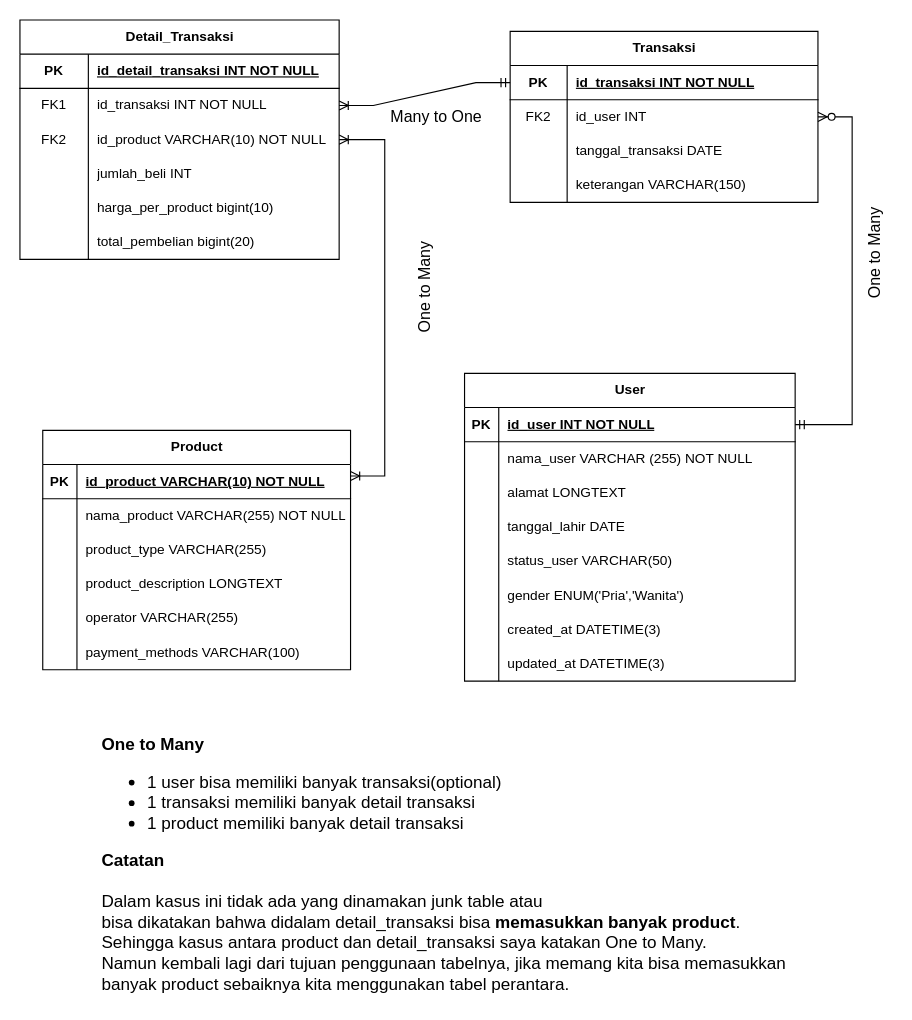
This is 11_Database_DDL_DML/praktikum/nomor1.drawio from Exoream/go_al-hilaluddin, a draw.io file, before an edit. Source tidied: cells renumbered, new cells numbered last; positions are measured from the earlier drawing's top-left corner, leaving out a move shared by most shapes. Both pictures are drawn from the tidied source at 114%, with x=0, y=0 at pixel (19, 19).
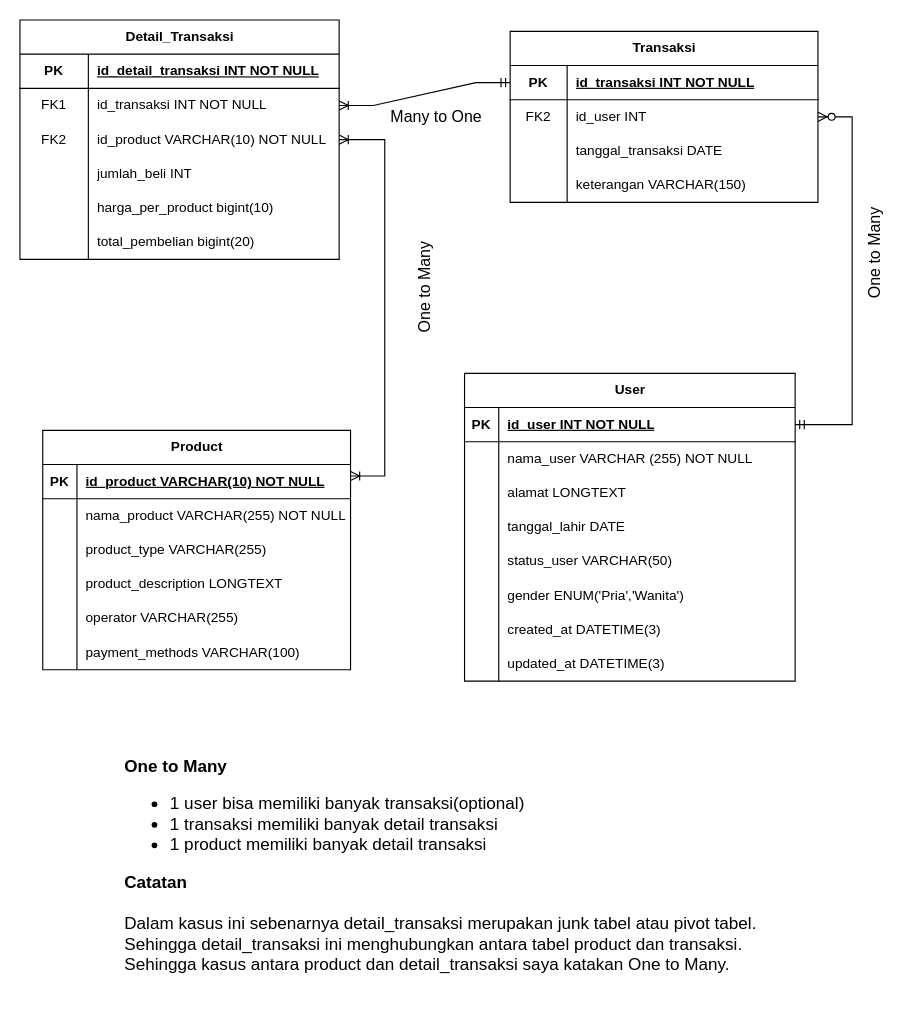
Above is the later version.

What changed in the source:
```diff
@@
-    <mxCell id="81" value="&lt;div style=&quot;font-size: 15px;&quot;&gt;&lt;b&gt;One to Many&lt;/b&gt;&lt;/div&gt;&lt;div style=&quot;&quot;&gt;&lt;ul style=&quot;font-size: 15px;&quot;&gt;&lt;li&gt;&lt;font style=&quot;font-size: 15px;&quot;&gt;1 user bisa memiliki banyak transaksi(optional)&lt;/font&gt;&lt;/li&gt;&lt;li&gt;&lt;font style=&quot;font-size: 15px;&quot;&gt;1 transaksi memiliki banyak detail transaksi&lt;/font&gt;&lt;/li&gt;&lt;li&gt;&lt;font style=&quot;font-size: 15px;&quot;&gt;1 product memiliki banyak detail transaksi&amp;nbsp;&lt;/font&gt;&lt;/li&gt;&lt;/ul&gt;&lt;span style=&quot;font-size: 15px;&quot;&gt;&lt;b&gt;Catatan&lt;/b&gt;&lt;/span&gt;&lt;/div&gt;&lt;div style=&quot;&quot;&gt;&lt;span style=&quot;font-size: 15px;&quot;&gt;&lt;br&gt;&lt;/span&gt;&lt;/div&gt;&lt;div style=&quot;&quot;&gt;&lt;span style=&quot;background-color: initial; font-size: 15px;&quot;&gt;Dalam kasus ini tidak ada yang dinamakan junk table atau&amp;nbsp;&lt;/span&gt;&lt;/div&gt;&lt;div style=&quot;&quot;&gt;&lt;span style=&quot;background-color: initial; font-size: 15px;&quot;&gt;bisa dikatakan bahwa didalam&amp;nbsp;&lt;/span&gt;&lt;span style=&quot;background-color: initial; font-size: 15px;&quot;&gt;detail_transaksi bisa &lt;b&gt;memasukkan banyak product&lt;/b&gt;.&amp;nbsp;&lt;/span&gt;&lt;/div&gt;&lt;div style=&quot;&quot;&gt;&lt;span style=&quot;background-color: initial; font-size: 15px;&quot;&gt;Sehingga kasus antara product dan detail_transaksi saya katakan One to Many.&lt;br&gt;Namun kembali lagi dari tujuan penggunaan tabelnya, jika memang kita bisa memasukkan&lt;/span&gt;&lt;/div&gt;&lt;div style=&quot;&quot;&gt;&lt;span style=&quot;background-color: initial; font-size: 15px;&quot;&gt;banyak product sebaiknya kita menggunakan tabel perantara.&lt;/span&gt;&lt;/div&gt;" style="text;html=1;align=left;verticalAlign=middle;strokeColor=none;fillColor=none;" parent="1" vertex="1">
-      <mxGeometry x="70" y="620" width="620" height="240" as="geometry" />
+    <mxCell id="81" value="&lt;div style=&quot;font-size: 15px;&quot;&gt;&lt;b&gt;One to Many&lt;/b&gt;&lt;/div&gt;&lt;div style=&quot;&quot;&gt;&lt;ul style=&quot;font-size: 15px;&quot;&gt;&lt;li&gt;&lt;font style=&quot;font-size: 15px;&quot;&gt;1 user bisa memiliki banyak transaksi(optional)&lt;/font&gt;&lt;/li&gt;&lt;li&gt;&lt;font style=&quot;font-size: 15px;&quot;&gt;1 transaksi memiliki banyak detail transaksi&lt;/font&gt;&lt;/li&gt;&lt;li&gt;&lt;font style=&quot;font-size: 15px;&quot;&gt;1 product memiliki banyak detail transaksi&amp;nbsp;&lt;/font&gt;&lt;/li&gt;&lt;/ul&gt;&lt;span style=&quot;font-size: 15px;&quot;&gt;&lt;b&gt;Catatan&lt;/b&gt;&lt;/span&gt;&lt;/div&gt;&lt;div style=&quot;&quot;&gt;&lt;span style=&quot;font-size: 15px;&quot;&gt;&lt;br&gt;&lt;/span&gt;&lt;/div&gt;&lt;div style=&quot;&quot;&gt;&lt;span style=&quot;background-color: initial; font-size: 15px;&quot;&gt;Dalam kasus ini sebenarnya detail_transaksi merupakan junk tabel atau pivot tabel&lt;/span&gt;&lt;span style=&quot;background-color: initial; font-size: 15px;&quot;&gt;.&lt;br&gt;Sehingga detail_transaksi ini menghubungkan antara tabel product dan transaksi.&lt;br&gt;&lt;/span&gt;&lt;/div&gt;&lt;div style=&quot;&quot;&gt;&lt;span style=&quot;background-color: initial; font-size: 15px;&quot;&gt;Sehingga kasus antara product dan detail_transaksi saya katakan One to Many.&lt;br&gt;&lt;br&gt;&lt;/span&gt;&lt;/div&gt;" style="text;html=1;align=left;verticalAlign=middle;strokeColor=none;fillColor=none;" parent="1" vertex="1">
+      <mxGeometry x="90" y="640" width="580" height="220" as="geometry" />
     </mxCell>
```
